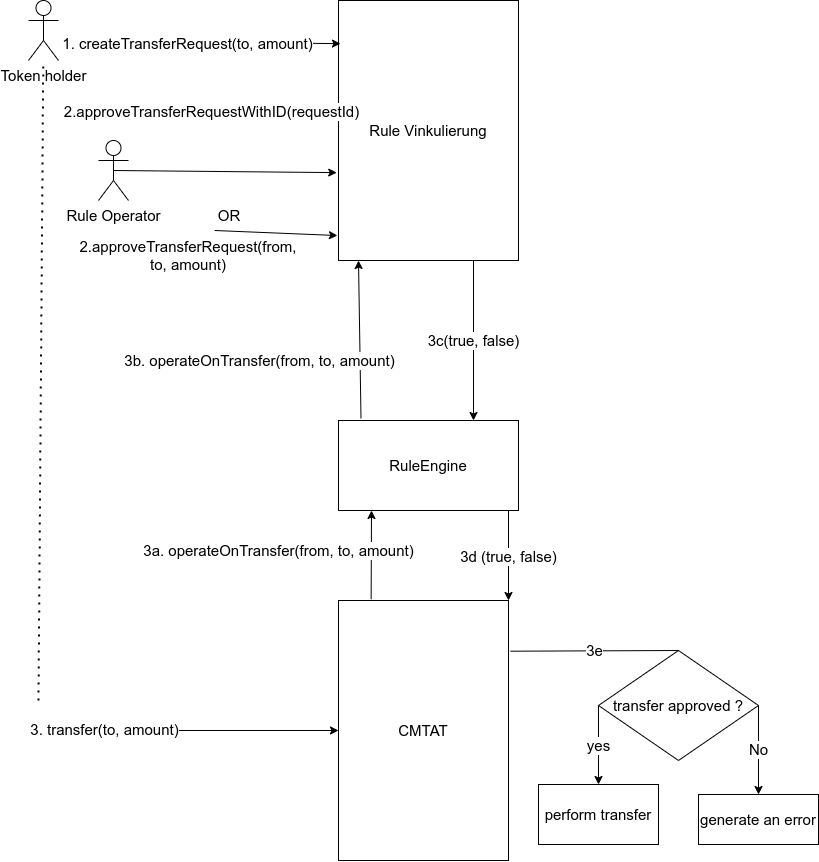
This is doc/schema/rule/conditionalTransferCMTAT.drawio.png from CMTA/RuleEngine, a draw.io export, as it was before one commit. Source tidied: cells renumbered, new cells last; positions are measured from the earlier drawing's top-left corner, leaving out a move shared by most shapes. Its diagram source:
```xml
<mxGraphModel>
  <root>
    <mxCell id="0" />
    <mxCell id="1" parent="0" />
    <mxCell id="2" value="Token holder" style="shape=umlActor;verticalLabelPosition=bottom;verticalAlign=top;html=1;outlineConnect=0;fontSize=15;" parent="1" vertex="1">
      <mxGeometry width="30" height="60" as="geometry" />
    </mxCell>
    <mxCell id="3" value="Rule Vinkulierung" style="rounded=0;whiteSpace=wrap;html=1;fontSize=15;" parent="1" vertex="1">
      <mxGeometry x="310" width="180" height="260" as="geometry" />
    </mxCell>
    <mxCell id="4" value="tr" style="endArrow=classic;html=1;rounded=0;entryX=0.011;entryY=0.166;entryDx=0;entryDy=0;entryPerimeter=0;fontSize=15;" parent="1" edge="1" target="3">
      <mxGeometry relative="1" as="geometry">
        <mxPoint x="40" y="40" as="sourcePoint" />
      </mxGeometry>
    </mxCell>
    <mxCell id="5" value="1. createTransferRequest(to, amount)" style="edgeLabel;html=1;align=center;verticalAlign=middle;fontSize=15;" parent="4" vertex="1">
      <mxGeometry x="-0.13" y="-1" relative="1" as="geometry" />
    </mxCell>
    <mxCell id="6" value="Rule Operator" style="shape=umlActor;verticalLabelPosition=bottom;verticalAlign=top;html=1;outlineConnect=0;fontSize=15;" parent="1" vertex="1">
      <mxGeometry x="70" y="140" width="30" height="60" as="geometry" />
    </mxCell>
    <mxCell id="7" style="endArrow=classic;html=1;rounded=0;exitX=0.5;exitY=0.5;exitDx=0;exitDy=0;exitPerimeter=0;fontSize=15;entryX=-0.01;entryY=0.662;entryDx=0;entryDy=0;entryPerimeter=0;" parent="1" edge="1" source="6" target="3">
      <mxGeometry relative="1" as="geometry" />
    </mxCell>
    <mxCell id="8" value="2.approveTransferRequestWithID(requestId)" style="edgeLabel;html=1;align=center;verticalAlign=middle;fontSize=15;" parent="7" vertex="1">
      <mxGeometry x="0.25" y="-1" relative="1" as="geometry">
        <mxPoint x="-41" y="-62" as="offset" />
      </mxGeometry>
    </mxCell>
    <mxCell id="9" style="endArrow=classic;html=1;rounded=0;entryX=0;entryY=0.5;entryDx=0;entryDy=0;fontSize=15;" parent="1" edge="1" target="12">
      <mxGeometry relative="1" as="geometry">
        <mxPoint x="10" y="730" as="sourcePoint" />
      </mxGeometry>
    </mxCell>
    <mxCell id="10" value="3. transfer(to, amount)" style="edgeLabel;html=1;align=center;verticalAlign=middle;fontSize=15;" parent="9" vertex="1">
      <mxGeometry x="-0.6" y="2" relative="1" as="geometry">
        <mxPoint x="5" as="offset" />
      </mxGeometry>
    </mxCell>
    <mxCell id="11" value="perform transfer" style="rounded=0;whiteSpace=wrap;html=1;fontSize=15;" parent="1" vertex="1">
      <mxGeometry x="510" y="784" width="120" height="60" as="geometry" />
    </mxCell>
    <mxCell id="12" value="CMTAT" style="rounded=0;whiteSpace=wrap;html=1;fontSize=15;" parent="1" vertex="1">
      <mxGeometry x="310" y="600" width="170" height="260" as="geometry" />
    </mxCell>
    <mxCell id="13" value="3a.&amp;nbsp;&lt;span class=&quot;pl-k&quot; style=&quot;font-size: 15px;&quot;&gt;operateOnTransfer&lt;/span&gt;(from, to, amount)" style="endArrow=classic;html=1;rounded=0;exitX=0.192;exitY=-0.005;exitDx=0;exitDy=0;exitPerimeter=0;fontSize=15;" parent="1" edge="1" source="12">
      <mxGeometry x="0.09" y="93" relative="1" as="geometry">
        <mxPoint x="343" y="510" as="targetPoint" />
      </mxGeometry>
    </mxCell>
    <mxCell id="14" value="3d (true, false)" style="endArrow=classic;html=1;rounded=0;entryX=1;entryY=0;entryDx=0;entryDy=0;fontSize=15;" parent="1" edge="1" target="12">
      <mxGeometry relative="1" as="geometry">
        <mxPoint x="480" y="510" as="sourcePoint" />
      </mxGeometry>
    </mxCell>
    <mxCell id="15" value="transfer approved ?" style="rhombus;whiteSpace=wrap;html=1;fontSize=15;" parent="1" vertex="1">
      <mxGeometry x="570" y="650" width="160" height="110" as="geometry" />
    </mxCell>
    <mxCell id="16" value="generate an error" style="rounded=0;whiteSpace=wrap;html=1;fontSize=15;" parent="1" vertex="1">
      <mxGeometry x="670" y="794" width="120" height="50" as="geometry" />
    </mxCell>
    <mxCell id="17" value="No" style="endArrow=classic;html=1;rounded=0;exitX=1;exitY=0.5;exitDx=0;exitDy=0;fontSize=15;entryX=0.5;entryY=0;entryDx=0;entryDy=0;" parent="1" edge="1" source="15" target="16">
      <mxGeometry relative="1" as="geometry">
        <Array as="points">
          <mxPoint x="730" y="790" />
        </Array>
      </mxGeometry>
    </mxCell>
    <mxCell id="18" value="yes" style="endArrow=classic;html=1;rounded=0;exitX=0;exitY=0.5;exitDx=0;exitDy=0;entryX=0.5;entryY=0;entryDx=0;entryDy=0;fontSize=15;" parent="1" edge="1" source="15" target="11">
      <mxGeometry relative="1" as="geometry">
        <Array as="points">
          <mxPoint x="570" y="780" />
        </Array>
      </mxGeometry>
    </mxCell>
    <mxCell id="19" value="3e" style="endArrow=none;html=1;rounded=0;exitX=1.011;exitY=0.195;exitDx=0;exitDy=0;entryX=0.5;entryY=0;entryDx=0;entryDy=0;fontSize=15;exitPerimeter=0;" parent="1" edge="1" source="12" target="15">
      <mxGeometry relative="1" as="geometry" />
    </mxCell>
    <mxCell id="20" style="endArrow=none;dashed=1;html=1;dashPattern=1 3;strokeWidth=2;rounded=0;fontSize=15;" parent="1" edge="1" target="2">
      <mxGeometry relative="1" as="geometry">
        <mxPoint x="10" y="700" as="sourcePoint" />
      </mxGeometry>
    </mxCell>
    <mxCell id="21" value="RuleEngine" style="rounded=0;whiteSpace=wrap;html=1;fontSize=15;" parent="1" vertex="1">
      <mxGeometry x="310" y="420" width="180" height="90" as="geometry" />
    </mxCell>
    <mxCell id="22" value="3c(true, false)" style="endArrow=classic;html=1;rounded=0;entryX=0.75;entryY=0;entryDx=0;entryDy=0;exitX=0.75;exitY=1;exitDx=0;exitDy=0;fontSize=15;" parent="1" edge="1" source="3" target="21">
      <mxGeometry relative="1" as="geometry" />
    </mxCell>
    <mxCell id="23" value="OR" style="text;html=1;strokeColor=none;fillColor=none;align=center;verticalAlign=middle;whiteSpace=wrap;rounded=0;fontSize=15;" parent="1" vertex="1">
      <mxGeometry x="171.2" y="200" width="60" height="30" as="geometry" />
    </mxCell>
    <mxCell id="24" style="endArrow=classic;html=1;rounded=0;fontSize=15;exitX=0.25;exitY=1;exitDx=0;exitDy=0;entryX=-0.006;entryY=0.904;entryDx=0;entryDy=0;entryPerimeter=0;" parent="1" edge="1" source="23" target="3">
      <mxGeometry relative="1" as="geometry" />
    </mxCell>
    <mxCell id="25" value="2.approveTransferRequest(from, to, amount)" style="text;html=1;strokeColor=none;fillColor=none;align=center;verticalAlign=middle;whiteSpace=wrap;rounded=0;fontSize=15;" parent="1" vertex="1">
      <mxGeometry x="130" y="240" width="60" height="30" as="geometry" />
    </mxCell>
    <mxCell id="26" value="3b.&amp;nbsp;&lt;span class=&quot;pl-k&quot; style=&quot;font-size: 15px;&quot;&gt;operateOnTransfer&lt;/span&gt;(from, to, amount)" style="endArrow=classic;html=1;rounded=0;exitX=0.125;exitY=-0.024;exitDx=0;exitDy=0;fontSize=15;exitPerimeter=0;" parent="1" edge="1" source="21">
      <mxGeometry x="-0.24" y="101" relative="1" as="geometry">
        <mxPoint x="330" y="260" as="targetPoint" />
        <mxPoint y="1" as="offset" />
      </mxGeometry>
    </mxCell>
  </root>
</mxGraphModel>
```
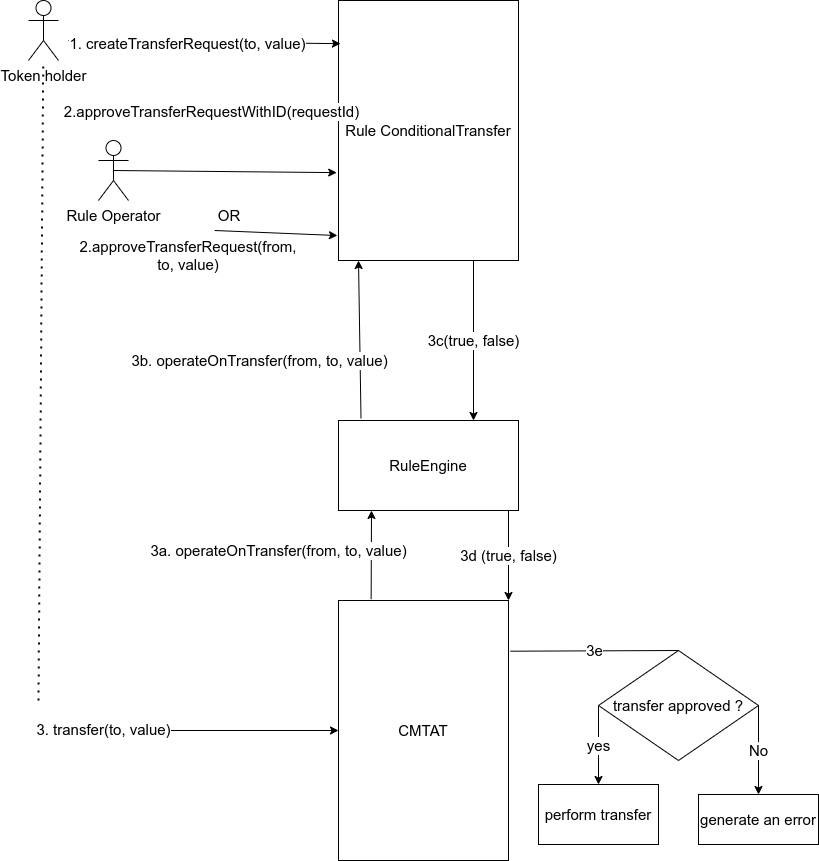
Later version of the same file.

Change to the diagram source:
```diff
@@ -5,7 +5,7 @@
     <mxCell id="2" value="Token holder" style="shape=umlActor;verticalLabelPosition=bottom;verticalAlign=top;html=1;outlineConnect=0;fontSize=15;" parent="1" vertex="1">
       <mxGeometry width="30" height="60" as="geometry" />
     </mxCell>
-    <mxCell id="3" value="Rule Vinkulierung" style="rounded=0;whiteSpace=wrap;html=1;fontSize=15;" parent="1" vertex="1">
+    <mxCell id="3" value="Rule ConditionalTransfer" style="rounded=0;whiteSpace=wrap;html=1;fontSize=15;" parent="1" vertex="1">
       <mxGeometry x="310" width="180" height="260" as="geometry" />
     </mxCell>
     <mxCell id="4" value="tr" style="endArrow=classic;html=1;rounded=0;entryX=0.011;entryY=0.166;entryDx=0;entryDy=0;entryPerimeter=0;fontSize=15;" parent="1" edge="1" target="3">
@@ -13,7 +13,7 @@
         <mxPoint x="40" y="40" as="sourcePoint" />
       </mxGeometry>
     </mxCell>
-    <mxCell id="5" value="1. createTransferRequest(to, amount)" style="edgeLabel;html=1;align=center;verticalAlign=middle;fontSize=15;" parent="4" vertex="1">
+    <mxCell id="5" value="1. createTransferRequest(to, value)" style="edgeLabel;html=1;align=center;verticalAlign=middle;fontSize=15;" parent="4" vertex="1">
       <mxGeometry x="-0.13" y="-1" relative="1" as="geometry" />
     </mxCell>
     <mxCell id="6" value="Rule Operator" style="shape=umlActor;verticalLabelPosition=bottom;verticalAlign=top;html=1;outlineConnect=0;fontSize=15;" parent="1" vertex="1">
@@ -32,7 +32,7 @@
         <mxPoint x="10" y="730" as="sourcePoint" />
       </mxGeometry>
     </mxCell>
-    <mxCell id="10" value="3. transfer(to, amount)" style="edgeLabel;html=1;align=center;verticalAlign=middle;fontSize=15;" parent="9" vertex="1">
+    <mxCell id="10" value="3. transfer(to, value)" style="edgeLabel;html=1;align=center;verticalAlign=middle;fontSize=15;" parent="9" vertex="1">
       <mxGeometry x="-0.6" y="2" relative="1" as="geometry">
         <mxPoint x="5" as="offset" />
       </mxGeometry>
@@ -43,7 +43,7 @@
     <mxCell id="12" value="CMTAT" style="rounded=0;whiteSpace=wrap;html=1;fontSize=15;" parent="1" vertex="1">
       <mxGeometry x="310" y="600" width="170" height="260" as="geometry" />
     </mxCell>
-    <mxCell id="13" value="3a.&amp;nbsp;&lt;span class=&quot;pl-k&quot; style=&quot;font-size: 15px;&quot;&gt;operateOnTransfer&lt;/span&gt;(from, to, amount)" style="endArrow=classic;html=1;rounded=0;exitX=0.192;exitY=-0.005;exitDx=0;exitDy=0;exitPerimeter=0;fontSize=15;" parent="1" edge="1" source="12">
+    <mxCell id="13" value="3a.&amp;nbsp;&lt;span class=&quot;pl-k&quot; style=&quot;font-size: 15px;&quot;&gt;operateOnTransfer&lt;/span&gt;(from, to, value)" style="endArrow=classic;html=1;rounded=0;exitX=0.192;exitY=-0.005;exitDx=0;exitDy=0;exitPerimeter=0;fontSize=15;" parent="1" edge="1" source="12">
       <mxGeometry x="0.09" y="93" relative="1" as="geometry">
         <mxPoint x="343" y="510" as="targetPoint" />
       </mxGeometry>
@@ -93,10 +93,10 @@
     <mxCell id="24" style="endArrow=classic;html=1;rounded=0;fontSize=15;exitX=0.25;exitY=1;exitDx=0;exitDy=0;entryX=-0.006;entryY=0.904;entryDx=0;entryDy=0;entryPerimeter=0;" parent="1" edge="1" source="23" target="3">
       <mxGeometry relative="1" as="geometry" />
     </mxCell>
-    <mxCell id="25" value="2.approveTransferRequest(from, to, amount)" style="text;html=1;strokeColor=none;fillColor=none;align=center;verticalAlign=middle;whiteSpace=wrap;rounded=0;fontSize=15;" parent="1" vertex="1">
+    <mxCell id="25" value="2.approveTransferRequest(from, to, value)" style="text;html=1;strokeColor=none;fillColor=none;align=center;verticalAlign=middle;whiteSpace=wrap;rounded=0;fontSize=15;" parent="1" vertex="1">
       <mxGeometry x="130" y="240" width="60" height="30" as="geometry" />
     </mxCell>
-    <mxCell id="26" value="3b.&amp;nbsp;&lt;span class=&quot;pl-k&quot; style=&quot;font-size: 15px;&quot;&gt;operateOnTransfer&lt;/span&gt;(from, to, amount)" style="endArrow=classic;html=1;rounded=0;exitX=0.125;exitY=-0.024;exitDx=0;exitDy=0;fontSize=15;exitPerimeter=0;" parent="1" edge="1" source="21">
+    <mxCell id="26" value="3b.&amp;nbsp;&lt;span class=&quot;pl-k&quot; style=&quot;font-size: 15px;&quot;&gt;operateOnTransfer&lt;/span&gt;(from, to, value)" style="endArrow=classic;html=1;rounded=0;exitX=0.125;exitY=-0.024;exitDx=0;exitDy=0;fontSize=15;exitPerimeter=0;" parent="1" edge="1" source="21">
       <mxGeometry x="-0.24" y="101" relative="1" as="geometry">
         <mxPoint x="330" y="260" as="targetPoint" />
         <mxPoint y="1" as="offset" />
```
